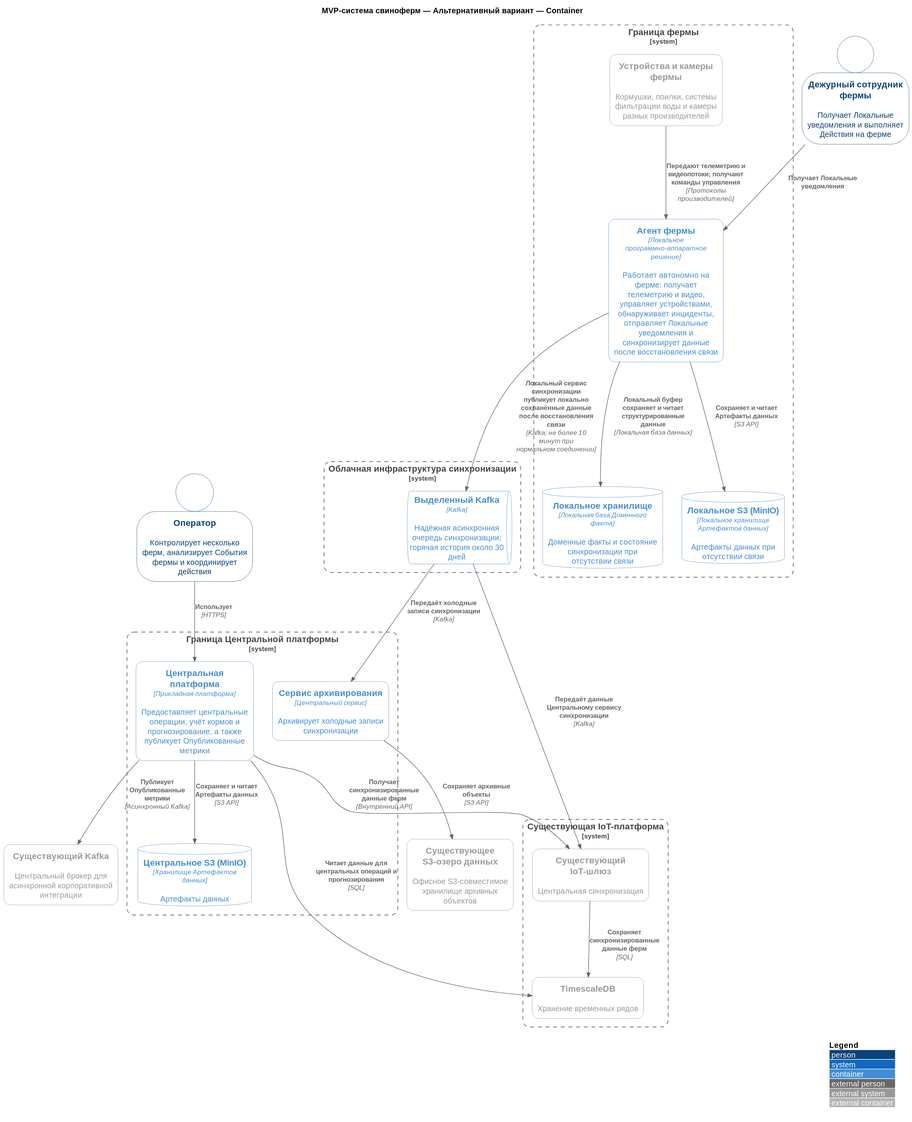
vs-ya-practicum/01-MSA-AgroTech keeps this PlantUML diagram as Task2/svg/02-02-alternative.c4.container.svg. Above is the earlier version.
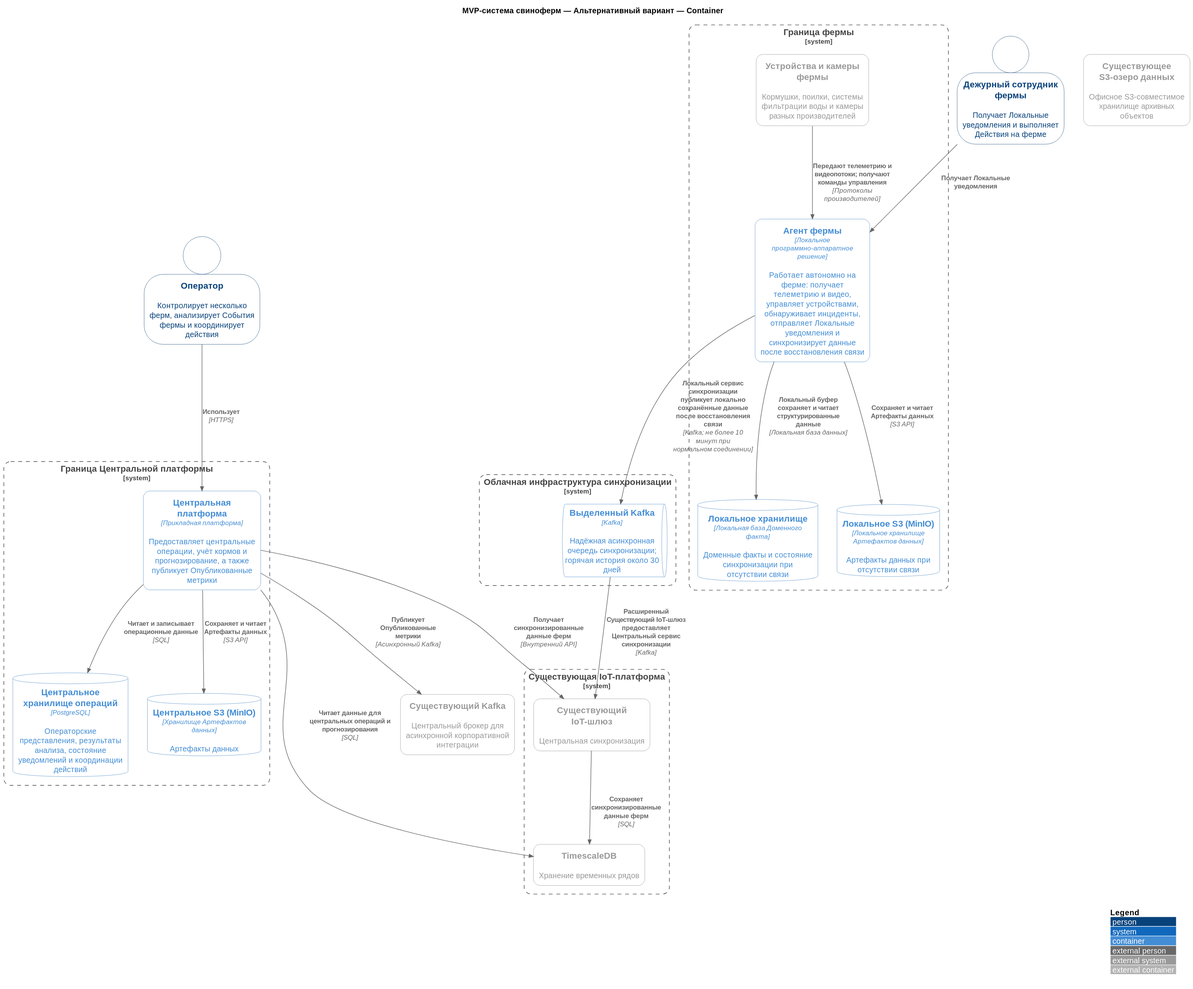
After the commit.

Diff of the diagram source:
```diff
@@ -19,7 +19,7 @@
 
 System_Boundary(centralPlatformBoundary, "Граница Центральной платформы") {
     Container(centralPlatform, "Центральная платформа", "Прикладная платформа", "Предоставляет центральные операции, учёт кормов и прогнозирование, а также публикует Опубликованные метрики")
-    Container(archiverService, "Сервис архивирования", "Центральный сервис", "Архивирует холодные записи синхронизации")
+    ContainerDb(centralOperationsStore, "Центральное хранилище операций", "PostgreSQL", "Операторские представления, результаты анализа, состояние уведомлений и координации действий")
     ContainerDb(centralS3, "Центральное S3 (MinIO)", "Хранилище Артефактов данных", "Артефакты данных")
 }
 
@@ -34,12 +34,11 @@
 Rel(farmDutyEmployee, farmAgent, "Получает Локальные уведомления")
 Rel(farmDevices, farmAgent, "Передают телеметрию и видеопотоки; получают команды управления", "Протоколы производителей")
 Rel(farmAgent, dedicatedKafka, "Локальный сервис синхронизации публикует локально сохранённые данные после восстановления связи", "Kafka; не более 10 минут при нормальном соединении")
-Rel(dedicatedKafka, existingIotGateway, "Передаёт данные Центральному сервису синхронизации", "Kafka")
-Rel(dedicatedKafka, archiverService, "Передаёт холодные записи синхронизации", "Kafka")
-Rel(archiverService, existingS3DataLake, "Сохраняет архивные объекты", "S3 API")
+Rel(dedicatedKafka, existingIotGateway, "Расширенный Существующий IoT-шлюз предоставляет Центральный сервис синхронизации", "Kafka")
 Rel(existingIotGateway, timescaleDb, "Сохраняет синхронизированные данные ферм", "SQL")
 Rel(centralPlatform, existingIotGateway, "Получает синхронизированные данные ферм", "Внутренний API")
 Rel(centralPlatform, timescaleDb, "Читает данные для центральных операций и прогнозирования", "SQL")
+Rel(centralPlatform, centralOperationsStore, "Читает и записывает операционные данные", "SQL")
 Rel(centralPlatform, centralS3, "Сохраняет и читает Артефакты данных", "S3 API")
 Rel(farmAgent, localStorage, "Локальный буфер сохраняет и читает структурированные данные", "Локальная база данных")
 Rel(farmAgent, localS3, "Сохраняет и читает Артефакты данных", "S3 API")
```
